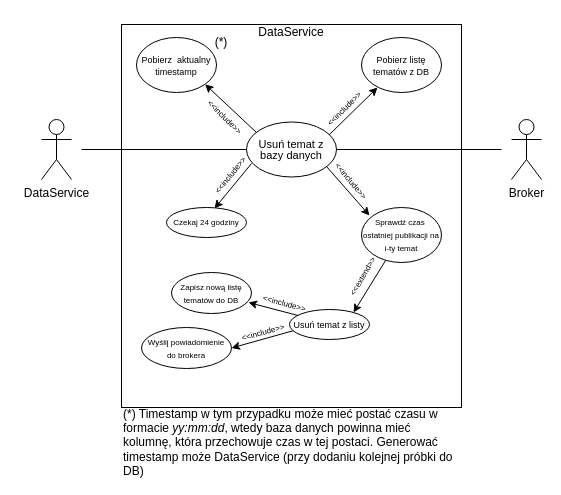
Before: page "delete-topic" (5 of 13) of przypadki-uzycia/use-cases.drawio in pastor356/inz, a draw.io diagram. Source tidied: cells renumbered, new cells numbered last; positions are measured from the earlier drawing's top-left corner, leaving out a move shared by most shapes. Both pictures are drawn from the tidied source at 100%, with x=0, y=0 at pixel (41, 17).
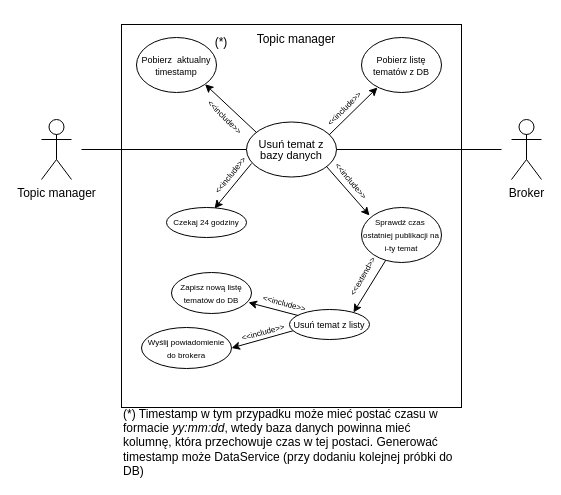
The same diagram, later.

The edit, as a diff of the source:
```diff
@@
-    <mxCell id="3" value="DataService" style="shape=umlActor;verticalLabelPosition=bottom;verticalAlign=top;html=1;" parent="1" vertex="1">
+    <mxCell id="3" value="Topic manager" style="shape=umlActor;verticalLabelPosition=bottom;verticalAlign=top;html=1;" parent="1" vertex="1">
       <mxGeometry y="102" width="30" height="60" as="geometry" />
     </mxCell>
@@
-    <mxCell id="6" value="DataService" style="text;html=1;whiteSpace=wrap;strokeColor=none;fillColor=none;align=center;verticalAlign=middle;rounded=0;" parent="1" vertex="1">
-      <mxGeometry x="220" width="60" height="30" as="geometry" />
+    <mxCell id="6" value="Topic manager" style="text;html=1;whiteSpace=wrap;strokeColor=none;fillColor=none;align=center;verticalAlign=middle;rounded=0;" parent="1" vertex="1">
+      <mxGeometry x="205" y="7" width="100" height="30" as="geometry" />
     </mxCell>
```
